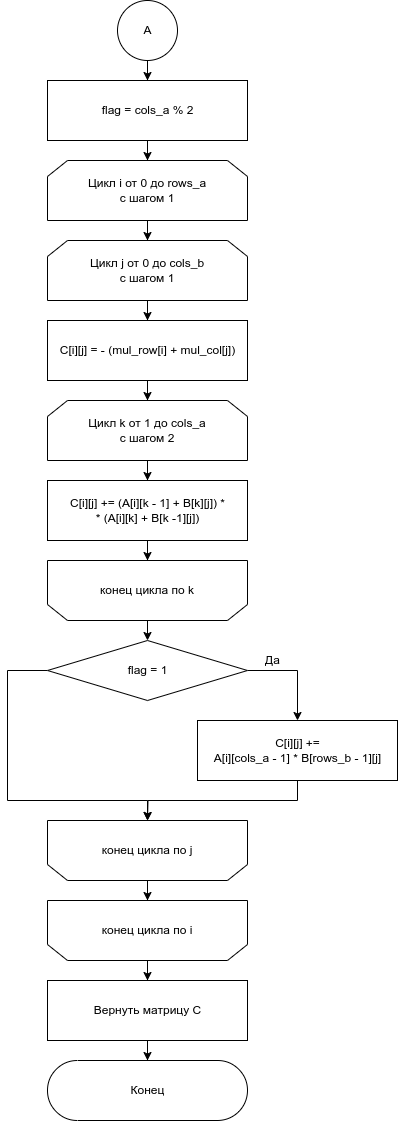
This is lab_02/docs/img/opt_vin_alg2.png from Ananasiika/bmstu-aa, a draw.io export, as it was before one commit. Source tidied: cells renumbered, new cells last; positions are measured from the earlier drawing's top-left corner, leaving out a move shared by most shapes.
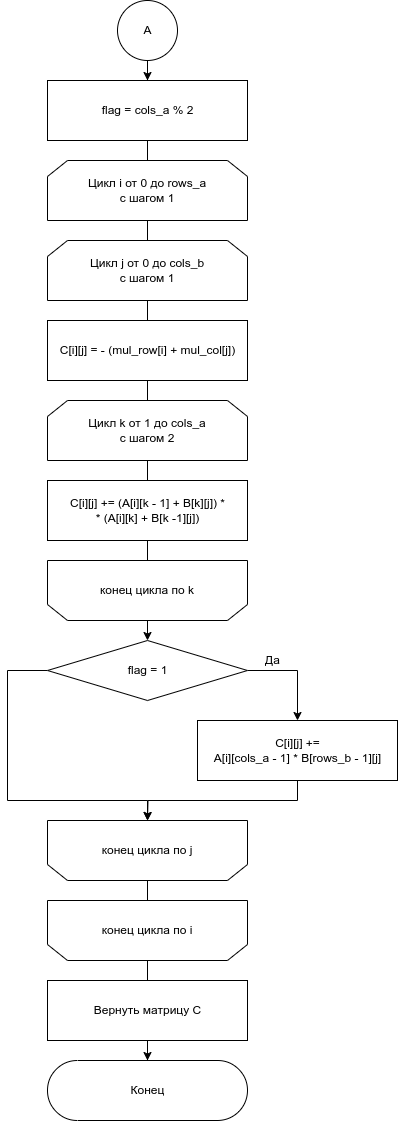
After the commit.

The edit, as a diff of the source:
```diff
@@ -5,7 +5,7 @@
     <mxCell id="2" style="edgeStyle=orthogonalEdgeStyle;rounded=0;jettySize=auto;html=1;exitX=0.5;exitY=1;exitDx=0;exitDy=0;entryX=0.5;entryY=0;entryDx=0;entryDy=0;endArrow=none;endFill=0;" parent="1" edge="1" source="4" target="7">
       <mxGeometry relative="1" as="geometry" />
     </mxCell>
-    <mxCell id="3" style="edgeStyle=orthogonalEdgeStyle;rounded=0;jettySize=auto;html=1;exitX=0.5;exitY=1;exitDx=0;exitDy=0;" parent="1" edge="1" source="4" target="7">
+    <mxCell id="3" style="endArrow=none;html=1;rounded=0;" parent="1" edge="1" source="4" target="7">
       <mxGeometry relative="1" as="geometry" />
     </mxCell>
     <mxCell id="4" value="Цикл i от 0 до rows_a&lt;br&gt;с шагом 1" style="shape=loopLimit;whiteSpace=wrap;html=1;direction=east;" parent="1" vertex="1">
@@ -14,7 +14,7 @@
     <mxCell id="5" style="edgeStyle=orthogonalEdgeStyle;rounded=0;jettySize=auto;html=1;exitX=0.5;exitY=1;exitDx=0;exitDy=0;entryX=0.5;entryY=0;entryDx=0;entryDy=0;endArrow=none;endFill=0;" parent="1" edge="1" source="7" target="10">
       <mxGeometry relative="1" as="geometry" />
     </mxCell>
-    <mxCell id="6" style="edgeStyle=orthogonalEdgeStyle;rounded=0;jettySize=auto;html=1;exitX=0.5;exitY=1;exitDx=0;exitDy=0;" parent="1" edge="1" source="7" target="10">
+    <mxCell id="6" style="endArrow=none;html=1;rounded=0;" parent="1" edge="1" source="7" target="10">
       <mxGeometry relative="1" as="geometry" />
     </mxCell>
     <mxCell id="7" value="Цикл j от 0 до cols_b&lt;br&gt;с шагом 1" style="shape=loopLimit;whiteSpace=wrap;html=1;direction=east;" parent="1" vertex="1">
@@ -23,7 +23,7 @@
     <mxCell id="8" style="edgeStyle=orthogonalEdgeStyle;rounded=0;jettySize=auto;html=1;exitX=0.5;exitY=1;exitDx=0;exitDy=0;entryX=0.5;entryY=0;entryDx=0;entryDy=0;endArrow=none;endFill=0;" parent="1" edge="1" source="10" target="23">
       <mxGeometry relative="1" as="geometry" />
     </mxCell>
-    <mxCell id="9" style="edgeStyle=orthogonalEdgeStyle;rounded=0;jettySize=auto;html=1;exitX=0.5;exitY=1;exitDx=0;exitDy=0;" parent="1" edge="1" source="10" target="23">
+    <mxCell id="9" style="endArrow=none;html=1;rounded=0;" parent="1" edge="1" source="10" target="23">
       <mxGeometry relative="1" as="geometry" />
     </mxCell>
     <mxCell id="10" value="C[i][j] = - (mul_row[i] + mul_col[j])" style="html=1;dashed=0;whitespace=wrap;" parent="1" vertex="1">
@@ -32,7 +32,7 @@
     <mxCell id="11" style="edgeStyle=orthogonalEdgeStyle;rounded=0;jettySize=auto;html=1;exitX=0.5;exitY=0;exitDx=0;exitDy=0;entryX=0.5;entryY=1;entryDx=0;entryDy=0;endArrow=none;endFill=0;" parent="1" edge="1" source="13" target="16">
       <mxGeometry relative="1" as="geometry" />
     </mxCell>
-    <mxCell id="12" style="edgeStyle=orthogonalEdgeStyle;rounded=0;jettySize=auto;html=1;exitX=0.5;exitY=0;exitDx=0;exitDy=0;" parent="1" edge="1" source="13" target="16">
+    <mxCell id="12" style="endArrow=none;html=1;rounded=0;" parent="1" edge="1" source="13" target="16">
       <mxGeometry relative="1" as="geometry" />
     </mxCell>
     <mxCell id="13" value="конец цикла по j" style="shape=loopLimit;whiteSpace=wrap;html=1;strokeWidth=1;direction=west;" parent="1" vertex="1">
@@ -43,7 +43,7 @@
         <mxPoint x="140" y="980" as="targetPoint" />
       </mxGeometry>
     </mxCell>
-    <mxCell id="15" style="edgeStyle=orthogonalEdgeStyle;rounded=0;jettySize=auto;html=1;exitX=0.5;exitY=0;exitDx=0;exitDy=0;" parent="1" edge="1" source="16" target="34">
+    <mxCell id="15" style="endArrow=none;html=1;rounded=0;" parent="1" edge="1" source="16" target="34">
       <mxGeometry relative="1" as="geometry" />
     </mxCell>
     <mxCell id="16" value="конец цикла по i" style="shape=loopLimit;whiteSpace=wrap;html=1;strokeWidth=1;direction=west;" parent="1" vertex="1">
@@ -52,9 +52,6 @@
     <mxCell id="17" style="edgeStyle=orthogonalEdgeStyle;rounded=1;jettySize=auto;html=1;exitX=0.5;exitY=1;exitDx=0;exitDy=0;entryX=0.5;entryY=0;entryDx=0;entryDy=0;endArrow=none;endFill=0;" parent="1" edge="1" source="20" target="4">
       <mxGeometry relative="1" as="geometry" />
     </mxCell>
-    <mxCell id="18" style="edgeStyle=orthogonalEdgeStyle;rounded=0;jettySize=auto;html=1;exitX=0.5;exitY=1;exitDx=0;exitDy=0;" parent="1" edge="1" source="20" target="4">
-      <mxGeometry relative="1" as="geometry" />
-    </mxCell>
     <mxCell id="19" style="edgeStyle=orthogonalEdgeStyle;rounded=0;jettySize=auto;html=1;exitX=0.5;exitY=1;exitDx=0;exitDy=0;" parent="1" edge="1" source="20" target="36">
       <mxGeometry relative="1" as="geometry" />
     </mxCell>
@@ -64,7 +61,7 @@
     <mxCell id="21" style="edgeStyle=orthogonalEdgeStyle;rounded=0;jettySize=auto;html=1;exitX=0.5;exitY=1;exitDx=0;exitDy=0;entryX=0.5;entryY=0;entryDx=0;entryDy=0;endArrow=none;endFill=0;" parent="1" edge="1" source="23" target="26">
       <mxGeometry relative="1" as="geometry" />
     </mxCell>
-    <mxCell id="22" style="edgeStyle=orthogonalEdgeStyle;rounded=0;jettySize=auto;html=1;exitX=0.5;exitY=1;exitDx=0;exitDy=0;" parent="1" edge="1" source="23" target="26">
+    <mxCell id="22" style="endArrow=none;html=1;rounded=0;" parent="1" edge="1" source="23" target="26">
       <mxGeometry relative="1" as="geometry" />
     </mxCell>
     <mxCell id="23" value="Цикл k от 1 до cols_a&lt;br&gt;с шагом 2" style="shape=loopLimit;whiteSpace=wrap;html=1;direction=east;" parent="1" vertex="1">
@@ -73,7 +70,7 @@
     <mxCell id="24" style="edgeStyle=orthogonalEdgeStyle;rounded=0;jettySize=auto;html=1;exitX=0.5;exitY=1;exitDx=0;exitDy=0;" parent="1" edge="1" source="26" target="30">
       <mxGeometry relative="1" as="geometry" />
     </mxCell>
-    <mxCell id="25" style="edgeStyle=orthogonalEdgeStyle;rounded=0;jettySize=auto;html=1;exitX=0.5;exitY=1;exitDx=0;exitDy=0;entryX=0.5;entryY=1;entryDx=0;entryDy=0;" parent="1" edge="1" source="26" target="37">
+    <mxCell id="25" style="endArrow=none;html=1;rounded=0;" parent="1" edge="1" source="26" target="37">
       <mxGeometry relative="1" as="geometry" />
     </mxCell>
     <mxCell id="26" value="C[i][j] += (A[i][k - 1] + B[k][j]) * &lt;br&gt;* (A[i][k] + B[k -1][j])" style="html=1;dashed=0;whitespace=wrap;" parent="1" vertex="1">
```
